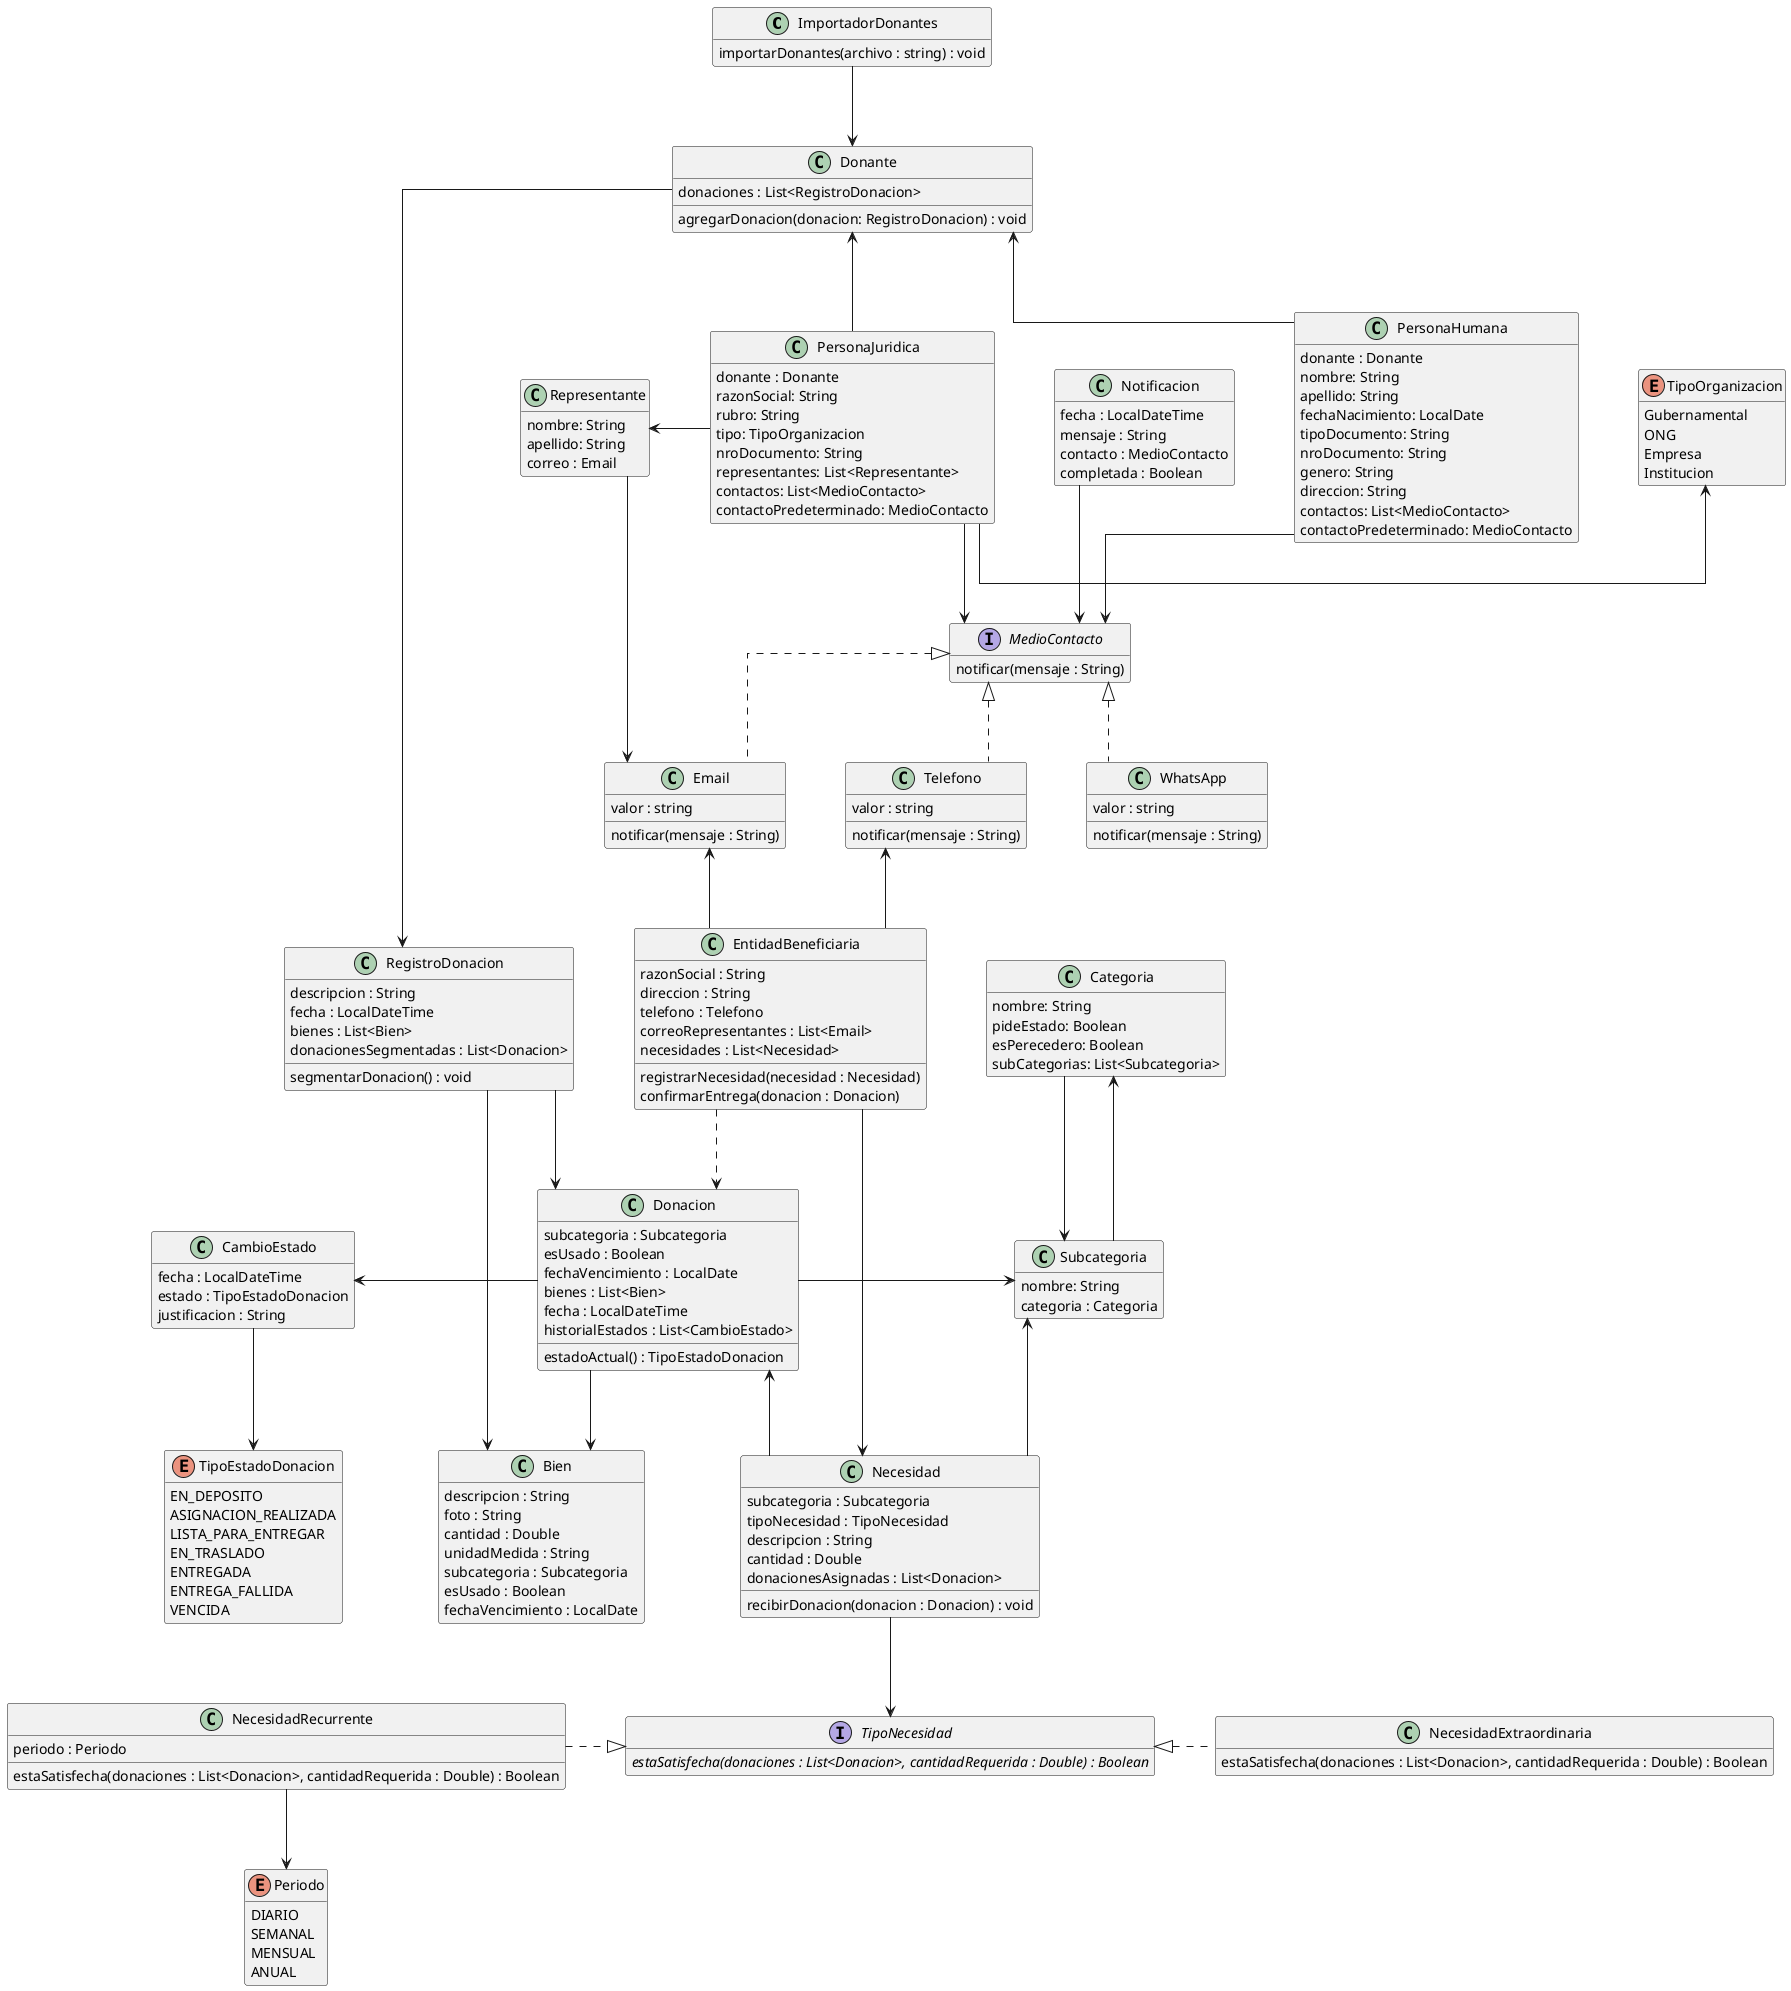
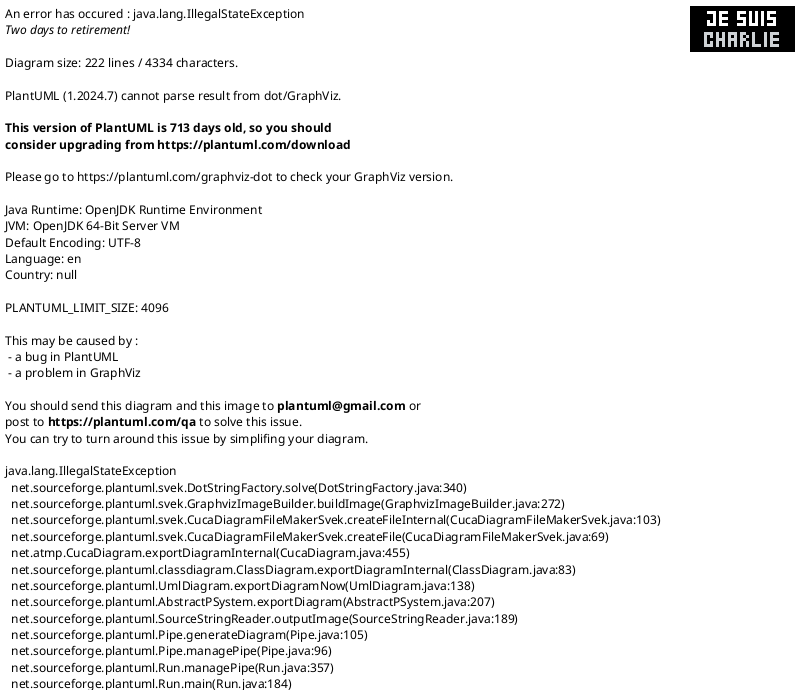
@startuml DonaTrack
skinparam classAttributeIconSize 0
skinparam linetype ortho
skinparam nodesep 60
skinparam ranksep 80
hide empty members

class ImportadorDonantes {
  importarDonantes(archivo : string) : void
}

class Donante {
  donaciones : List<RegistroDonacion>
  agregarDonacion(donacion: RegistroDonacion) : void
}

class PersonaHumana {
  donante : Donante
  nombre: String
  apellido: String
  fechaNacimiento: LocalDate
-   tipoDocumento: String
-   nroDocumento: String
+   cuit : String
  genero: String
  direccion: String
  contactos: List<MedioContacto>
  contactoPredeterminado: MedioContacto
}

class PersonaJuridica {
  donante : Donante
  razonSocial: String
  rubro: String
  tipo: TipoOrganizacion
-   nroDocumento: String
+   dni : String
  representantes: List<Representante>
  contactos: List<MedioContacto>
  contactoPredeterminado: MedioContacto
}

class Representante {
  nombre: String
  apellido: String
  correo : Email
}

enum TipoOrganizacion {
  Gubernamental
  ONG
  Empresa
  Institucion
}

interface MedioContacto {
  notificar(mensaje : String)
}

class Email {
  valor : string
  notificar(mensaje : String)
}

class Telefono {
  valor : string
  notificar(mensaje : String)
}

class WhatsApp {
  valor : string
  notificar(mensaje : String)
}

class RegistroDonacion {
  descripcion : String
  fecha : LocalDateTime
  bienes : List<Bien>
  donacionesSegmentadas : List<Donacion>
  segmentarDonacion() : void
}

class Donacion {
  subcategoria : Subcategoria
-   esUsado : Boolean
+   estadoBienes : EstadoBien
  fechaVencimiento : LocalDate
  bienes : List<Bien>
  fecha : LocalDateTime
  historialEstados : List<CambioEstado>
  estadoActual() : TipoEstadoDonacion
}

class CambioEstado {
  fecha : LocalDateTime
  estado : TipoEstadoDonacion
  justificacion : String
}

enum TipoEstadoDonacion {
  EN_DEPOSITO
  ASIGNACION_REALIZADA
  LISTA_PARA_ENTREGAR
  EN_TRASLADO
  ENTREGADA
  ENTREGA_FALLIDA
  VENCIDA
}

class Categoria {
  nombre: String
  pideEstado: Boolean
  esPerecedero: Boolean
  subCategorias: List<Subcategoria>
}

class Subcategoria {
  nombre: String
  categoria : Categoria
}

class Bien {
  descripcion : String
  foto : String
  cantidad : Double
  unidadMedida : String
  subcategoria : Subcategoria
-   esUsado : Boolean
+   estado : EstaBien
  fechaVencimiento : LocalDate
+ }
+ 
+ enum EstadoBien {
+   NUEVO
+   USADO
}

class EntidadBeneficiaria {
  razonSocial : String
  direccion : String
  telefono : Telefono
  correoRepresentantes : List<Email>
  necesidades : List<Necesidad>
  registrarNecesidad(necesidad : Necesidad)
  confirmarEntrega(donacion : Donacion)
}

class Necesidad {
  subcategoria : Subcategoria
  tipoNecesidad : TipoNecesidad
  descripcion : String
  cantidad : Double
  donacionesAsignadas : List<Donacion>
  recibirDonacion(donacion : Donacion) : void
}

interface TipoNecesidad {
  {abstract} estaSatisfecha(donaciones : List<Donacion>, cantidadRequerida : Double) : Boolean
}

class NecesidadExtraordinaria {
  estaSatisfecha(donaciones : List<Donacion>, cantidadRequerida : Double) : Boolean
}

class NecesidadRecurrente {
  periodo : Periodo
  estaSatisfecha(donaciones : List<Donacion>, cantidadRequerida : Double) : Boolean
}

enum Periodo {
  DIARIO
  SEMANAL
  MENSUAL
  ANUAL
}

class Notificacion {
  fecha : LocalDateTime
  mensaje : String
  contacto : MedioContacto
  completada : Boolean
}

' --- RELACIONES ---

ImportadorDonantes -down-> Donante

MedioContacto <|.. Email
MedioContacto <|.. Telefono
MedioContacto <|.. WhatsApp
Notificacion --> MedioContacto

PersonaHumana -up-> Donante
PersonaJuridica -up-> Donante
PersonaJuridica -left-> Representante
PersonaJuridica -right-> TipoOrganizacion

PersonaHumana -down-> MedioContacto
PersonaJuridica -down-> MedioContacto
Representante --> Email
EntidadBeneficiaria -up-> Telefono
EntidadBeneficiaria -up-> Email
EntidadBeneficiaria .down.> Donacion

Donante -down-> RegistroDonacion
RegistroDonacion -down-> Donacion
RegistroDonacion --> Bien
Donacion -right-> Subcategoria
Donacion -down-> Bien
Categoria -down-> Subcategoria
Subcategoria -up-> Categoria

Donacion -left-> CambioEstado
CambioEstado -down-> TipoEstadoDonacion

EntidadBeneficiaria -down-> Necesidad
Necesidad -left-> Subcategoria
Necesidad -up-> Donacion

Necesidad --> TipoNecesidad
NecesidadExtraordinaria .left.|> TipoNecesidad
NecesidadRecurrente .right.|> TipoNecesidad
NecesidadRecurrente --> Periodo

+ Bien --> EstadoBien
+ Donacion --> EstadoBien
+ 
@enduml
